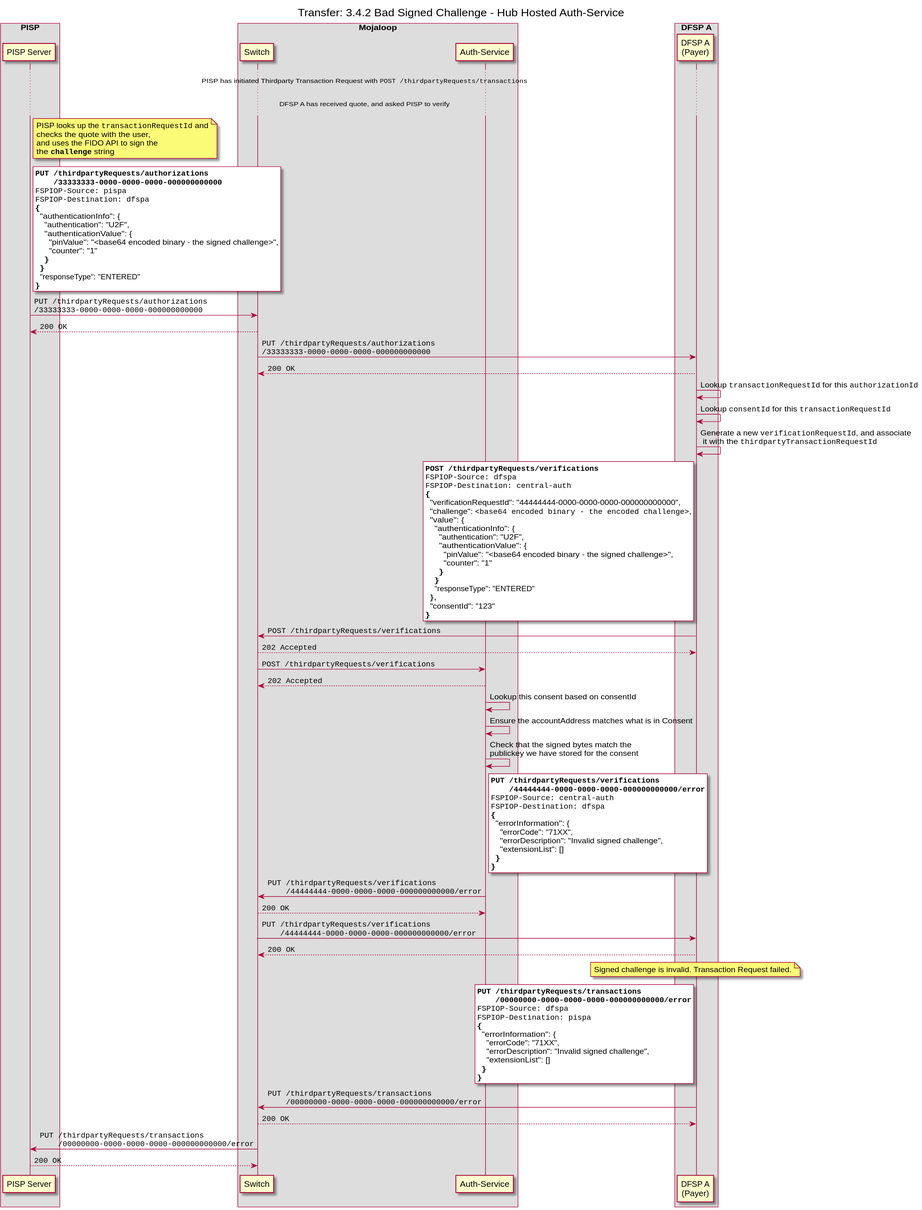
The PlantUML diagram docs/out/transfer/3-4-2-bad-signed-challenge-auth-service.svg in mojaloop/pisp-project, before a commit. Its source is kept beside it as docs/transfer/3-4-2-bad-signed-challenge-auth-service.puml.
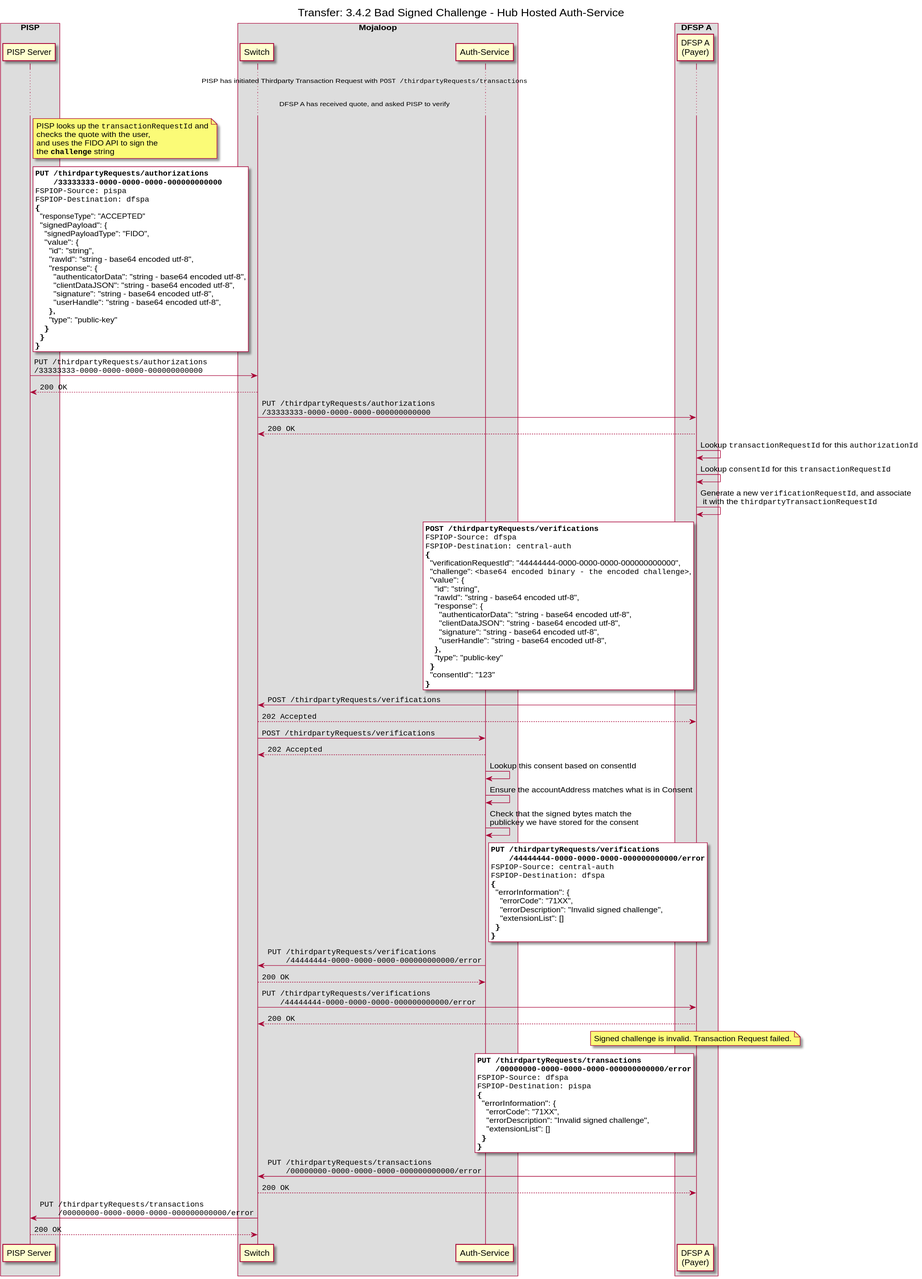
Above is the later version.

Diff of the diagram source:
```diff
@@ -32,14 +32,21 @@
 ""FSPIOP-Source: pispa""
 ""FSPIOP-Destination: dfspa""
 {
-  "authenticationInfo": {
-    "authentication": "U2F",
-    "authenticationValue": {
-      "pinValue": "<base64 encoded binary - the signed challenge>",
-      "counter": "1"
+  "responseType": "ACCEPTED"
+  "signedPayload": {
+    "signedPayloadType": "FIDO",
+    "value": {
+      "id": "string",
+      "rawId": "string - base64 encoded utf-8",
+      "response": {
+        "authenticatorData": "string - base64 encoded utf-8",
+        "clientDataJSON": "string - base64 encoded utf-8",
+        "signature": "string - base64 encoded utf-8",
+        "userHandle": "string - base64 encoded utf-8",
+      },
+      "type": "public-key"
     }
   }
-  "responseType": "ENTERED"
 }
 end note
 D1 -> S: ""PUT /thirdpartyRequests/authorizations""\n""/33333333-0000-0000-0000-000000000000""
@@ -61,15 +68,16 @@
   "verificationRequestId": "44444444-0000-0000-0000-000000000000",
   "challenge": ""<base64 encoded binary - the encoded challenge>"",
   "value": {
-    "authenticationInfo": {
-      "authentication": "U2F",
-      "authenticationValue": {
-        "pinValue": "<base64 encoded binary - the signed challenge>",
-        "counter": "1"
-      }
-    }
-    "responseType": "ENTERED"
-  },
+    "id": "string",
+    "rawId": "string - base64 encoded utf-8",
+    "response": {
+      "authenticatorData": "string - base64 encoded utf-8",
+      "clientDataJSON": "string - base64 encoded utf-8",
+      "signature": "string - base64 encoded utf-8",
+      "userHandle": "string - base64 encoded utf-8",
+    },
+    "type": "public-key"
+  }
   "consentId": "123"
 }
 end note
```
